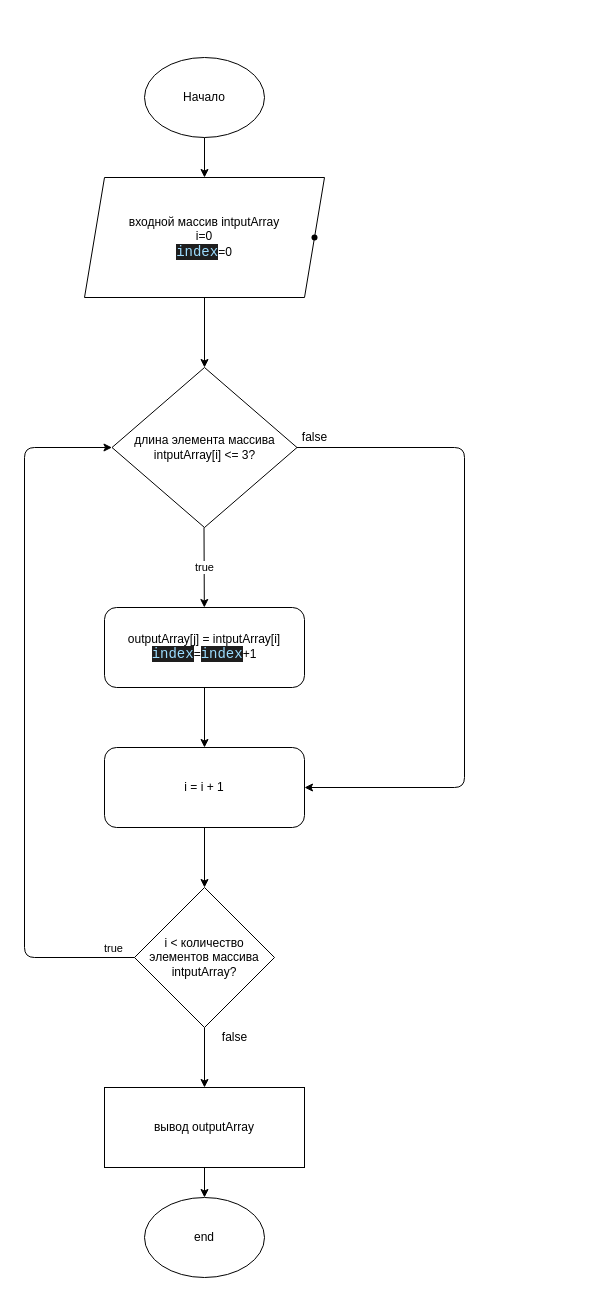
Earlier version of the draw.io diagram scheme.drawio (eugene1284/Final_Test_Work). Source tidied: cells renumbered, new cells numbered last; positions are measured from the earlier drawing's top-left corner, leaving out a move shared by most shapes. Both pictures are drawn from the tidied source at 100%, with x=0, y=0 at pixel (24, 57).
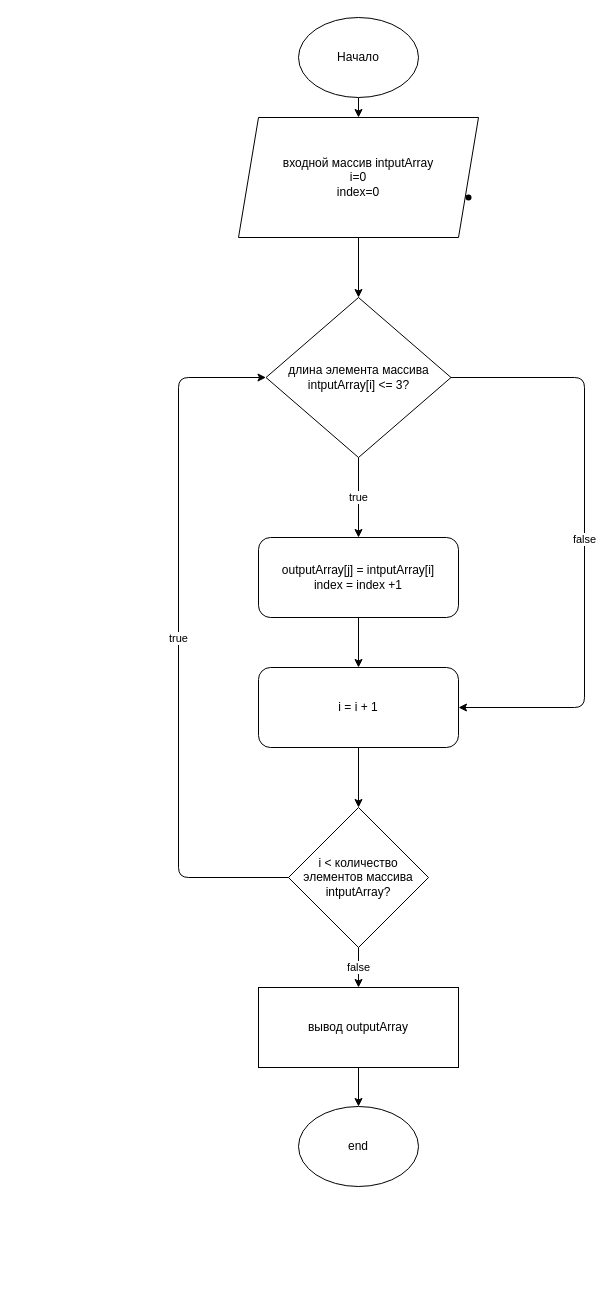
After the change.

Change to the diagram source:
```diff
@@
     <mxCell id="3" value="Начало" style="ellipse;whiteSpace=wrap;html=1;" parent="1" vertex="1">
-      <mxGeometry x="120" width="120" height="80" as="geometry" />
+      <mxGeometry x="274" y="-40" width="120" height="80" as="geometry" />
     </mxCell>
-    <mxCell id="4" value="входной массив intputArray&lt;br&gt;i=0&lt;br&gt;&lt;span style=&quot;color: rgb(156 , 220 , 254) ; background-color: rgb(30 , 30 , 30) ; font-family: &amp;#34;consolas&amp;#34; , &amp;#34;courier new&amp;#34; , monospace ; font-size: 14px&quot;&gt;index&lt;/span&gt;=0" style="shape=parallelogram;perimeter=parallelogramPerimeter;whiteSpace=wrap;html=1;fixedSize=1;" parent="1" vertex="1">
-      <mxGeometry x="60" y="120" width="240" height="120" as="geometry" />
+    <mxCell id="4" value="входной массив intputArray&lt;br&gt;i=0&lt;br&gt;index=0" style="shape=parallelogram;perimeter=parallelogramPerimeter;whiteSpace=wrap;html=1;fixedSize=1;" parent="1" vertex="1">
+      <mxGeometry x="214" y="60" width="240" height="120" as="geometry" />
     </mxCell>
     <mxCell id="5" value="длина элемента массива intputArray[i] &amp;lt;= 3?" style="rhombus;whiteSpace=wrap;html=1;" parent="1" vertex="1">
-      <mxGeometry x="87.5" y="310" width="185" height="160" as="geometry" />
+      <mxGeometry x="241.5" y="240" width="185" height="160" as="geometry" />
     </mxCell>
     <mxCell id="6" style="shape=waypoint;sketch=0;size=6;fillColor=default;perimeter=centerPerimeter;" parent="1" vertex="1">
-      <mxGeometry x="270" y="160" width="40" height="40" as="geometry" />
+      <mxGeometry x="424" y="120" width="40" height="40" as="geometry" />
     </mxCell>
@@
     <mxCell id="8" value="i = i + 1" style="rounded=1;whiteSpace=wrap;html=1;" parent="1" vertex="1">
-      <mxGeometry x="80" y="690" width="200" height="80" as="geometry" />
+      <mxGeometry x="234" y="610" width="200" height="80" as="geometry" />
     </mxCell>
@@
     <mxCell id="10" value="end" style="ellipse;whiteSpace=wrap;html=1;" parent="1" vertex="1">
-      <mxGeometry x="120" y="1140" width="120" height="80" as="geometry" />
+      <mxGeometry x="274" y="1049" width="120" height="80" as="geometry" />
     </mxCell>
@@
-    <mxCell id="12" style="endArrow=classic;html=1;exitX=1;exitY=0.5;exitDx=0;exitDy=0;entryX=1;entryY=0.5;entryDx=0;entryDy=0;" parent="1" edge="1" source="5" target="8">
+    <mxCell id="12" value="false" style="endArrow=classic;html=1;exitX=1;exitY=0.5;exitDx=0;exitDy=0;entryX=1;entryY=0.5;entryDx=0;entryDy=0;" parent="1" edge="1" source="5" target="8">
       <mxGeometry relative="1" as="geometry">
         <Array as="points">
-          <mxPoint x="440" y="390" />
-          <mxPoint x="440" y="730" />
+          <mxPoint x="560" y="320" />
+          <mxPoint x="560" y="650" />
         </Array>
       </mxGeometry>
     </mxCell>
-    <mxCell id="13" value="false" style="text;html=1;align=center;verticalAlign=middle;strokeColor=none;fillColor=none;" parent="1" vertex="1">
-      <mxGeometry x="270" y="370" width="40" height="20" as="geometry" />
-    </mxCell>
-    <mxCell id="14" value="true" style="endArrow=classic;html=1;exitX=0.5;exitY=1;exitDx=0;exitDy=0;" parent="1" edge="1" target="15">
-      <mxGeometry relative="1" as="geometry">
-        <mxPoint x="179.5" y="470" as="sourcePoint" />
-      </mxGeometry>
+    <mxCell id="14" value="true" style="endArrow=classic;html=1;exitX=0.5;exitY=1;exitDx=0;exitDy=0;" parent="1" edge="1" source="5" target="15">
+      <mxGeometry relative="1" as="geometry" />
     </mxCell>
-    <mxCell id="15" value="&lt;div&gt;outputArray[j] = intputArray[i]&lt;/div&gt;&lt;div&gt;&lt;span style=&quot;color: rgb(156 , 220 , 254) ; background-color: rgb(30 , 30 , 30) ; font-family: &amp;#34;consolas&amp;#34; , &amp;#34;courier new&amp;#34; , monospace ; font-size: 14px&quot;&gt;index&lt;/span&gt;=&lt;span style=&quot;color: rgb(156 , 220 , 254) ; background-color: rgb(30 , 30 , 30) ; font-family: &amp;#34;consolas&amp;#34; , &amp;#34;courier new&amp;#34; , monospace ; font-size: 14px&quot;&gt;index&lt;/span&gt;&lt;span&gt;+1&lt;/span&gt;&lt;/div&gt;" style="rounded=1;whiteSpace=wrap;html=1;" parent="1" vertex="1">
-      <mxGeometry x="80" y="550" width="200" height="80" as="geometry" />
+    <mxCell id="15" value="&lt;div&gt;outputArray[j] = intputArray[i]&lt;/div&gt;&lt;div&gt;&lt;span&gt;index = index +1&lt;/span&gt;&lt;/div&gt;" style="rounded=1;whiteSpace=wrap;html=1;" parent="1" vertex="1">
+      <mxGeometry x="234" y="480" width="200" height="80" as="geometry" />
     </mxCell>
@@
     <mxCell id="17" value="вывод outputArray" style="rounded=0;whiteSpace=wrap;html=1;" parent="1" vertex="1">
-      <mxGeometry x="80" y="1030" width="200" height="80" as="geometry" />
+      <mxGeometry x="234" y="930" width="200" height="80" as="geometry" />
     </mxCell>
-    <mxCell id="18" style="edgeStyle=none;html=1;" parent="1" edge="1" source="20" target="17">
+    <mxCell id="18" value="false" style="edgeStyle=none;html=1;" parent="1" edge="1" source="20" target="17">
       <mxGeometry relative="1" as="geometry" />
     </mxCell>
-    <mxCell id="19" value="true" style="edgeLabel;html=1;align=center;verticalAlign=middle;" parent="18" vertex="1">
-      <mxGeometry x="-0.5" y="2" relative="1" as="geometry">
-        <mxPoint x="-94" y="-95" as="offset" />
-      </mxGeometry>
-    </mxCell>
     <mxCell id="20" value="i &amp;lt; количество элементов массива intputArray?" style="rhombus;whiteSpace=wrap;html=1;" parent="1" vertex="1">
-      <mxGeometry x="110" y="830" width="140" height="140" as="geometry" />
+      <mxGeometry x="264" y="750" width="140" height="140" as="geometry" />
     </mxCell>
-    <mxCell id="21" style="endArrow=classic;html=1;exitX=0;exitY=0.5;exitDx=0;exitDy=0;entryX=0;entryY=0.5;entryDx=0;entryDy=0;" parent="1" edge="1" source="20" target="5">
+    <mxCell id="21" value="true" style="endArrow=classic;html=1;exitX=0;exitY=0.5;exitDx=0;exitDy=0;entryX=0;entryY=0.5;entryDx=0;entryDy=0;" parent="1" edge="1" source="20" target="5">
       <mxGeometry relative="1" as="geometry">
         <Array as="points">
-          <mxPoint y="900" />
-          <mxPoint y="390" />
+          <mxPoint x="154" y="820" />
+          <mxPoint x="154" y="320" />
         </Array>
       </mxGeometry>
     </mxCell>
-    <mxCell id="22" value="false" style="text;html=1;align=center;verticalAlign=middle;strokeColor=none;fillColor=none;" parent="1" vertex="1">
-      <mxGeometry x="190" y="970" width="40" height="20" as="geometry" />
-    </mxCell>
```
